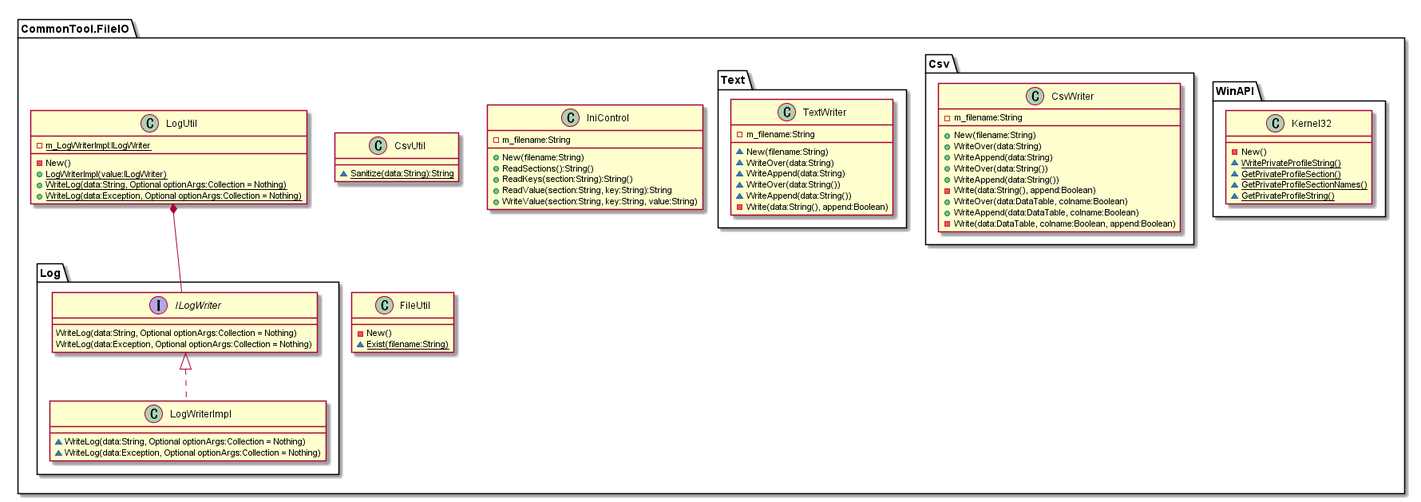
Earlier version of the PlantUML export doc/03_SubSystem別/CommonTool.FileIO/03_内部設計/クラス図.png (hirorich/CommonTool).
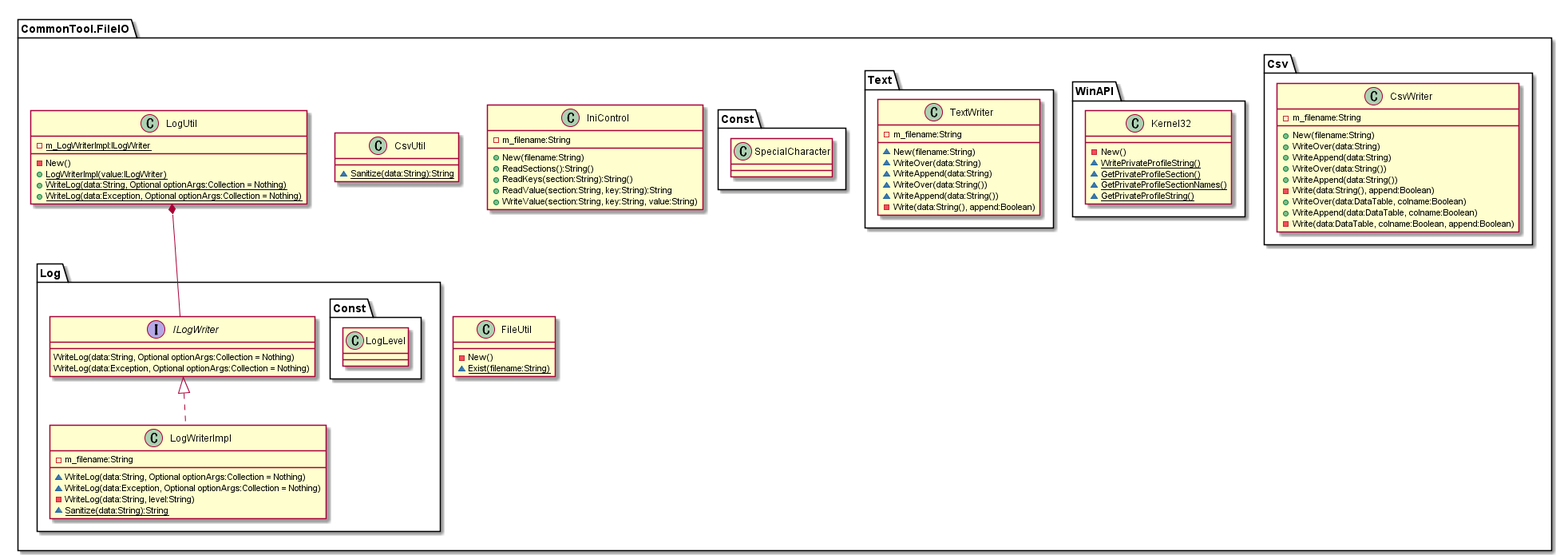
After the commit.

The edit, as a diff of the source:
```diff
@@ -62,10 +62,18 @@
         }
 
         class LogWriterImpl {
+          - m_filename:String
+
           ~ WriteLog(data:String, Optional optionArgs:Collection = Nothing)
           ~ WriteLog(data:Exception, Optional optionArgs:Collection = Nothing)
+          - WriteLog(data:String, level:String)
+          ~ {static}Sanitize(data:String):String
         }
         ILogWriter <|.. LogWriterImpl
+
+        package Const as Log.Const {
+            class LogLevel
+        }
     }
     LogUtil *-- ILogWriter
 
@@ -81,6 +89,10 @@
           - Write(data:String(), append:Boolean)
         }
     }
+
+    package Const as FileIO.Const {
+        class SpecialCharacter
+    }
 }
 
 @enduml
```
